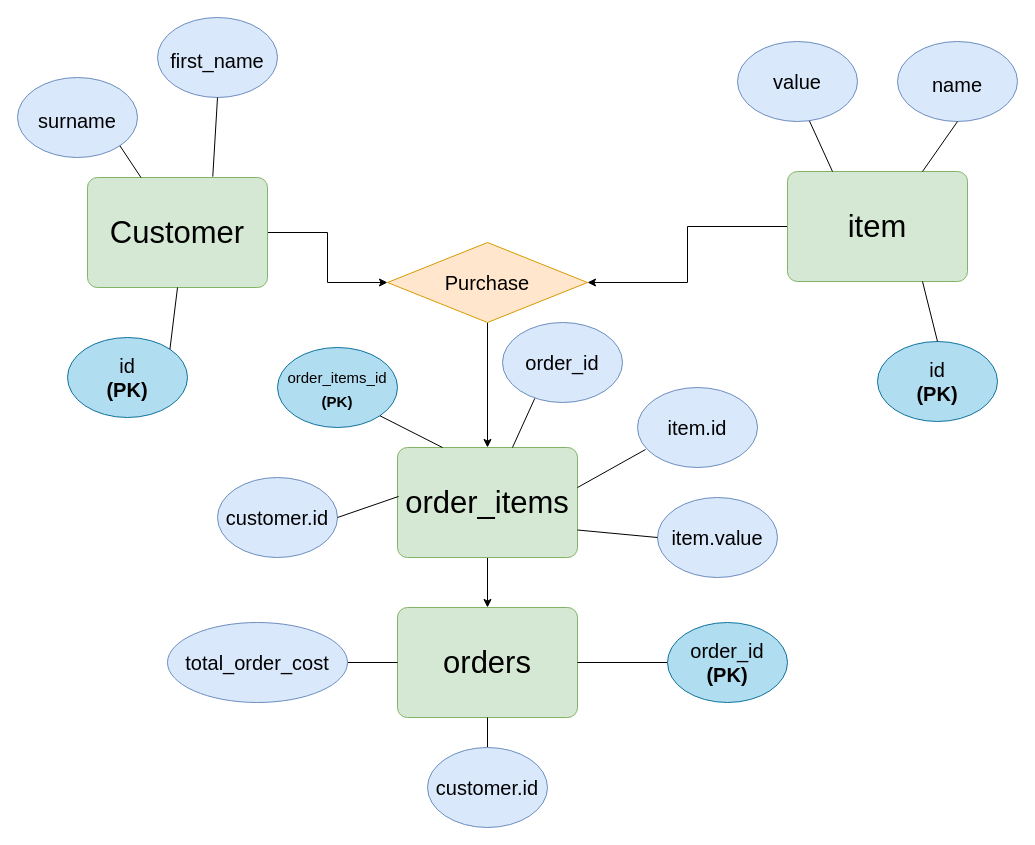
Before: Documentation/ERD.drawio in aliktb/IMS-Starter, a draw.io diagram. Source tidied: cells renumbered, new cells numbered last; positions are measured from the earlier drawing's top-left corner, leaving out a move shared by most shapes. Both pictures are drawn from the tidied source at 100%, with x=0, y=0 at pixel (17, 17).
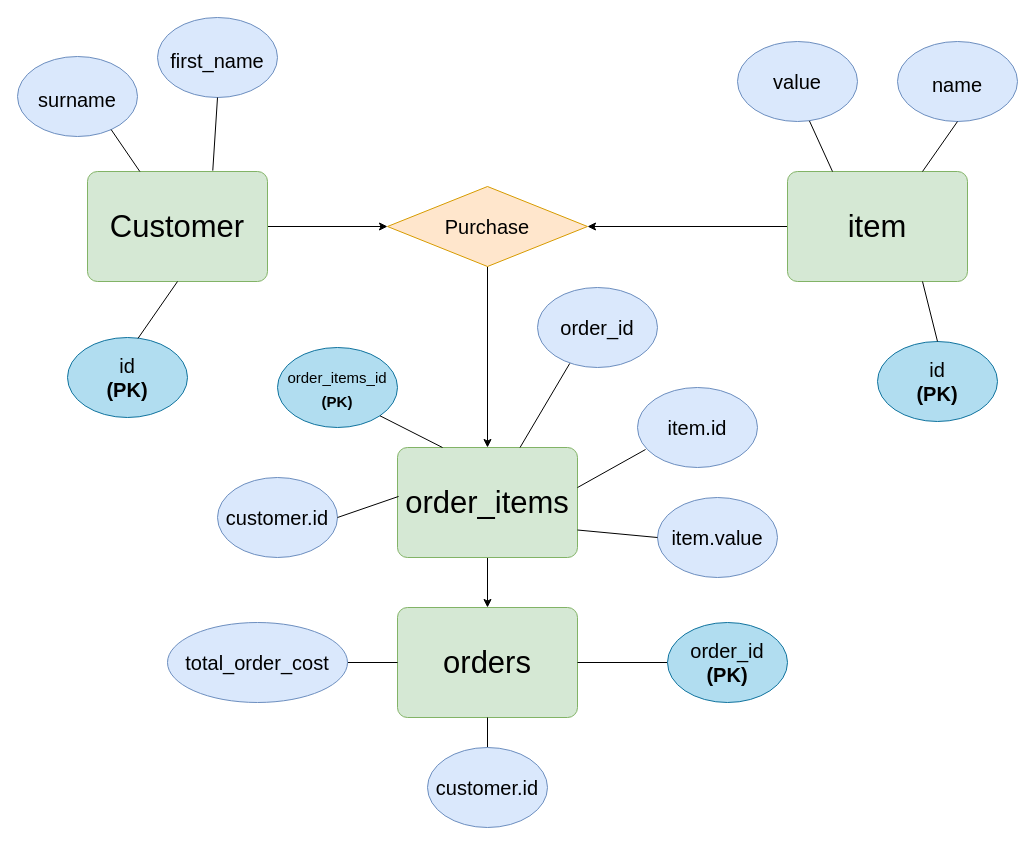
Above is the later version.

Unchanged cells that the change refers to:
```xml
<mxCell id="6" value="id&lt;br&gt;&lt;b&gt;(PK)&lt;/b&gt;" style="ellipse;whiteSpace=wrap;html=1;fontSize=20;fillColor=#b1ddf0;strokeColor=#10739e;" parent="1" vertex="1">
  <mxGeometry x="50" y="320" width="120" height="80" as="geometry" />
</mxCell>
```

Change to the diagram source:
```diff
@@
     <mxCell id="3" value="Customer" style="rounded=1;whiteSpace=wrap;html=1;arcSize=9;fontSize=31;fillColor=#d5e8d4;strokeColor=#82b366;" parent="1" vertex="1">
-      <mxGeometry x="70" y="160" width="180" height="110" as="geometry" />
+      <mxGeometry x="70" y="154" width="180" height="110" as="geometry" />
     </mxCell>
@@
     <mxCell id="5" value="&lt;font style=&quot;font-size: 20px&quot;&gt;surname&lt;/font&gt;" style="ellipse;whiteSpace=wrap;html=1;fontSize=31;fillColor=#dae8fc;strokeColor=#6c8ebf;" parent="1" vertex="1">
-      <mxGeometry y="60" width="120" height="80" as="geometry" />
+      <mxGeometry y="39" width="120" height="80" as="geometry" />
     </mxCell>
@@
-    <mxCell id="7" style="endArrow=none;html=1;rounded=0;fontSize=20;exitX=1;exitY=0;exitDx=0;exitDy=0;entryX=0.5;entryY=1;entryDx=0;entryDy=0;endFill=0;" parent="1" edge="1" source="6" target="3">
+    <mxCell id="7" style="endArrow=none;html=1;rounded=0;fontSize=20;exitX=0.588;exitY=0.01;exitDx=0;exitDy=0;entryX=0.5;entryY=1;entryDx=0;entryDy=0;endFill=0;exitPerimeter=0;" parent="1" edge="1" source="6" target="3">
       <mxGeometry relative="1" as="geometry" />
     </mxCell>
-    <mxCell id="8" style="endArrow=none;html=1;rounded=0;fontSize=20;exitX=1;exitY=1;exitDx=0;exitDy=0;endFill=0;" parent="1" edge="1" source="5" target="3">
+    <mxCell id="8" style="endArrow=none;html=1;rounded=0;fontSize=20;exitX=0.78;exitY=0.913;exitDx=0;exitDy=0;endFill=0;exitPerimeter=0;" parent="1" edge="1" source="5" target="3">
       <mxGeometry relative="1" as="geometry" />
     </mxCell>
@@
     <mxCell id="19" value="Purchase" style="rhombus;whiteSpace=wrap;html=1;fontSize=20;fillColor=#ffe6cc;strokeColor=#d79b00;" parent="1" vertex="1">
-      <mxGeometry x="370" y="225" width="200" height="80" as="geometry" />
+      <mxGeometry x="370" y="169" width="200" height="80" as="geometry" />
     </mxCell>
@@
     <mxCell id="24" value="order_id" style="ellipse;whiteSpace=wrap;html=1;fontSize=20;fillColor=#dae8fc;strokeColor=#6c8ebf;" parent="1" vertex="1">
-      <mxGeometry x="485" y="305" width="120" height="80" as="geometry" />
+      <mxGeometry x="520" y="270" width="120" height="80" as="geometry" />
     </mxCell>
```
